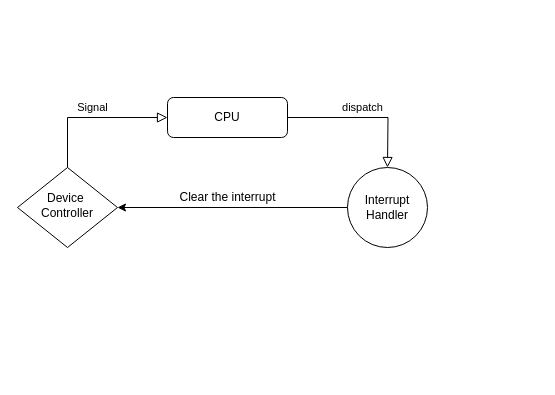
Earlier version of the draw.io diagram Untitled Diagram.drawio (huyle84/diagrams). Source tidied: cells renumbered, new cells numbered last; positions are measured from the earlier drawing's top-left corner, leaving out a move shared by most shapes. Both pictures are drawn from the tidied source at 100%, with x=0, y=0 at pixel (17, 97).
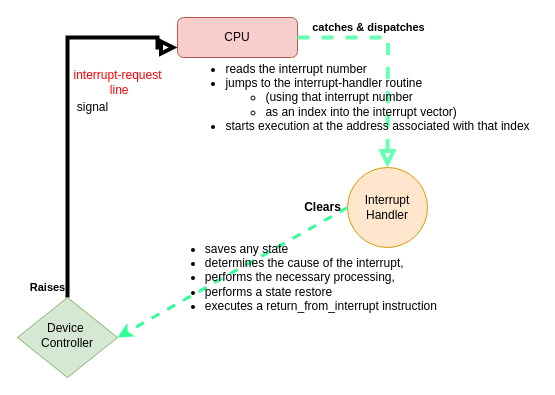
The same diagram, later.

Change to the diagram source:
```diff
@@
 <mxGraphModel>
   <root>
     <mxCell id="0" />
     <mxCell id="1" parent="0" />
-    <mxCell id="2" value="CPU" style="rounded=1;whiteSpace=wrap;html=1;fontSize=12;glass=0;strokeWidth=1;shadow=0;" parent="1" vertex="1">
-      <mxGeometry x="150" width="120" height="40" as="geometry" />
+    <mxCell id="2" value="CPU" style="rounded=1;whiteSpace=wrap;html=1;fontSize=12;glass=0;strokeWidth=1;shadow=0;fillColor=#f8cecc;strokeColor=#b85450;" parent="1" vertex="1">
+      <mxGeometry x="160" y="-80" width="120" height="40" as="geometry" />
     </mxCell>
-    <mxCell id="3" value="Signal" style="edgeStyle=orthogonalEdgeStyle;rounded=0;html=1;jettySize=auto;fontSize=11;endArrow=block;endFill=0;endSize=8;strokeWidth=1;shadow=0;labelBackgroundColor=none;" parent="1" edge="1" source="4">
-      <mxGeometry y="10" relative="1" as="geometry">
-        <mxPoint x="150" y="20" as="targetPoint" />
+    <mxCell id="3" value="&lt;b&gt;Raises&lt;/b&gt;" style="edgeStyle=orthogonalEdgeStyle;rounded=0;html=1;jettySize=auto;fontSize=11;endArrow=block;endFill=0;endSize=8;strokeWidth=4;shadow=0;labelBackgroundColor=none;entryX=0;entryY=0.75;entryDx=0;entryDy=0;" parent="1" edge="1" source="4" target="2">
+      <mxGeometry x="-0.95" y="20" relative="1" as="geometry">
         <Array as="points">
-          <mxPoint x="50" y="20" />
+          <mxPoint x="50" y="-60" />
+          <mxPoint x="140" y="-60" />
+          <mxPoint x="140" y="-50" />
         </Array>
       </mxGeometry>
     </mxCell>
-    <mxCell id="4" value="Device&amp;nbsp;&lt;br&gt;Controller" style="rhombus;whiteSpace=wrap;html=1;shadow=0;fontFamily=Helvetica;fontSize=12;align=center;strokeWidth=1;spacing=6;spacingTop=-4;" parent="1" vertex="1">
-      <mxGeometry y="70" width="100" height="80" as="geometry" />
+    <mxCell id="4" value="Device&amp;nbsp;&lt;br&gt;Controller" style="rhombus;whiteSpace=wrap;html=1;shadow=0;fontFamily=Helvetica;fontSize=12;align=center;strokeWidth=1;spacing=6;spacingTop=-4;fillColor=#d5e8d4;strokeColor=#82b366;" parent="1" vertex="1">
+      <mxGeometry y="200" width="100" height="80" as="geometry" />
     </mxCell>
-    <mxCell id="5" value="Interrupt&lt;br&gt;Handler" style="ellipse;whiteSpace=wrap;html=1;" parent="1" vertex="1">
+    <mxCell id="5" value="Interrupt&lt;br&gt;Handler" style="ellipse;whiteSpace=wrap;html=1;fillColor=#ffe6cc;strokeColor=#d79b00;" parent="1" vertex="1">
       <mxGeometry x="330" y="70" width="80" height="80" as="geometry" />
     </mxCell>
-    <mxCell id="6" value="dispatch&lt;br&gt;" style="edgeStyle=orthogonalEdgeStyle;rounded=0;html=1;jettySize=auto;fontSize=11;endArrow=block;endFill=0;endSize=8;strokeWidth=1;shadow=0;labelBackgroundColor=none;exitX=1;exitY=0.5;exitDx=0;exitDy=0;" parent="1" edge="1" source="2">
-      <mxGeometry y="10" relative="1" as="geometry">
+    <mxCell id="6" value="&lt;b&gt;catches &amp;amp; dispatches&lt;/b&gt;" style="edgeStyle=orthogonalEdgeStyle;rounded=0;html=1;jettySize=auto;fontSize=11;endArrow=block;endFill=0;endSize=8;strokeWidth=4;shadow=0;labelBackgroundColor=none;exitX=1;exitY=0.5;exitDx=0;exitDy=0;dashed=1;strokeColor=#66FFB3;" parent="1" edge="1" source="2">
+      <mxGeometry x="-0.36" y="10" relative="1" as="geometry">
         <mxPoint x="370" y="70" as="targetPoint" />
       </mxGeometry>
     </mxCell>
-    <mxCell id="7" style="endArrow=classic;html=1;rounded=0;exitX=0;exitY=0.5;exitDx=0;exitDy=0;entryX=1;entryY=0.5;entryDx=0;entryDy=0;" parent="1" edge="1" source="5" target="4">
+    <mxCell id="7" style="endArrow=classic;html=1;rounded=0;exitX=0;exitY=0.5;exitDx=0;exitDy=0;entryX=1;entryY=0.5;entryDx=0;entryDy=0;dashed=1;strokeWidth=3;strokeColor=#33FF99;" parent="1" edge="1" source="5" target="4">
       <mxGeometry relative="1" as="geometry" />
     </mxCell>
-    <mxCell id="8" value="Clear the interrupt&lt;br&gt;" style="text;html=1;align=center;verticalAlign=middle;strokeColor=none;fillColor=none;" parent="1" vertex="1">
-      <mxGeometry x="155" y="90" width="110" height="20" as="geometry" />
+    <mxCell id="8" value="&lt;b&gt;Clears&lt;/b&gt;" style="text;html=1;align=center;verticalAlign=middle;strokeColor=none;fillColor=none;" parent="1" vertex="1">
+      <mxGeometry x="280" y="100" width="50" height="20" as="geometry" />
     </mxCell>
+    <mxCell id="9" value="&lt;ul&gt;&lt;li style=&quot;text-align: left&quot;&gt;saves any state&amp;nbsp;&lt;/li&gt;&lt;li style=&quot;text-align: left&quot;&gt;&lt;span style=&quot;text-align: center&quot;&gt;determines the cause of the interrupt,&amp;nbsp;&lt;/span&gt;&lt;/li&gt;&lt;li style=&quot;text-align: left&quot;&gt;&lt;span style=&quot;text-align: center&quot;&gt;performs the necessary&amp;nbsp;&lt;/span&gt;&lt;span style=&quot;text-align: center&quot;&gt;processing,&amp;nbsp;&lt;/span&gt;&lt;/li&gt;&lt;li style=&quot;text-align: left&quot;&gt;&lt;span style=&quot;text-align: center&quot;&gt;performs a state restore&lt;/span&gt;&lt;/li&gt;&lt;li style=&quot;text-align: left&quot;&gt;&lt;span style=&quot;text-align: center&quot;&gt;executes a return_from_interrupt&amp;nbsp;&lt;/span&gt;&lt;span style=&quot;text-align: center&quot;&gt;instruction&amp;nbsp;&lt;/span&gt;&lt;/li&gt;&lt;/ul&gt;" style="text;html=1;align=center;verticalAlign=middle;strokeColor=none;fillColor=none;" parent="1" vertex="1">
+      <mxGeometry x="140" y="130" width="290" height="100" as="geometry" />
+    </mxCell>
+    <mxCell id="10" value="&lt;ul&gt;&lt;li style=&quot;text-align: left&quot;&gt;reads the interrupt number&lt;/li&gt;&lt;li style=&quot;text-align: left&quot;&gt;jumps to the&amp;nbsp;&lt;span style=&quot;text-align: center&quot;&gt;interrupt-handler routine&amp;nbsp;&lt;/span&gt;&lt;/li&gt;&lt;ul&gt;&lt;li style=&quot;text-align: left&quot;&gt;(using that interrupt number&lt;/li&gt;&lt;li style=&quot;text-align: left&quot;&gt;as an index into the interrupt vector)&lt;/li&gt;&lt;/ul&gt;&lt;li style=&quot;text-align: left&quot;&gt;starts execution at the address associated with that index&lt;/li&gt;&lt;/ul&gt;" style="text;html=1;align=center;verticalAlign=middle;strokeColor=none;fillColor=none;" parent="1" vertex="1">
+      <mxGeometry x="160" y="-50" width="360" height="100" as="geometry" />
+    </mxCell>
+    <mxCell id="11" value="&lt;font color=&quot;#ff0000&quot;&gt;interrupt-request&lt;br&gt;&amp;nbsp;line&lt;/font&gt;" style="text;html=1;align=center;verticalAlign=middle;strokeColor=none;fillColor=none;rotation=0;" parent="1" vertex="1">
+      <mxGeometry x="50" y="-30" width="100" height="30" as="geometry" />
+    </mxCell>
+    <mxCell id="12" value="&lt;font color=&quot;#000000&quot;&gt;signal&lt;/font&gt;" style="text;html=1;align=center;verticalAlign=middle;strokeColor=none;fillColor=none;fontColor=#FF0000;" parent="1" vertex="1">
+      <mxGeometry x="50" width="50" height="20" as="geometry" />
+    </mxCell>
   </root>
 </mxGraphModel>
```
